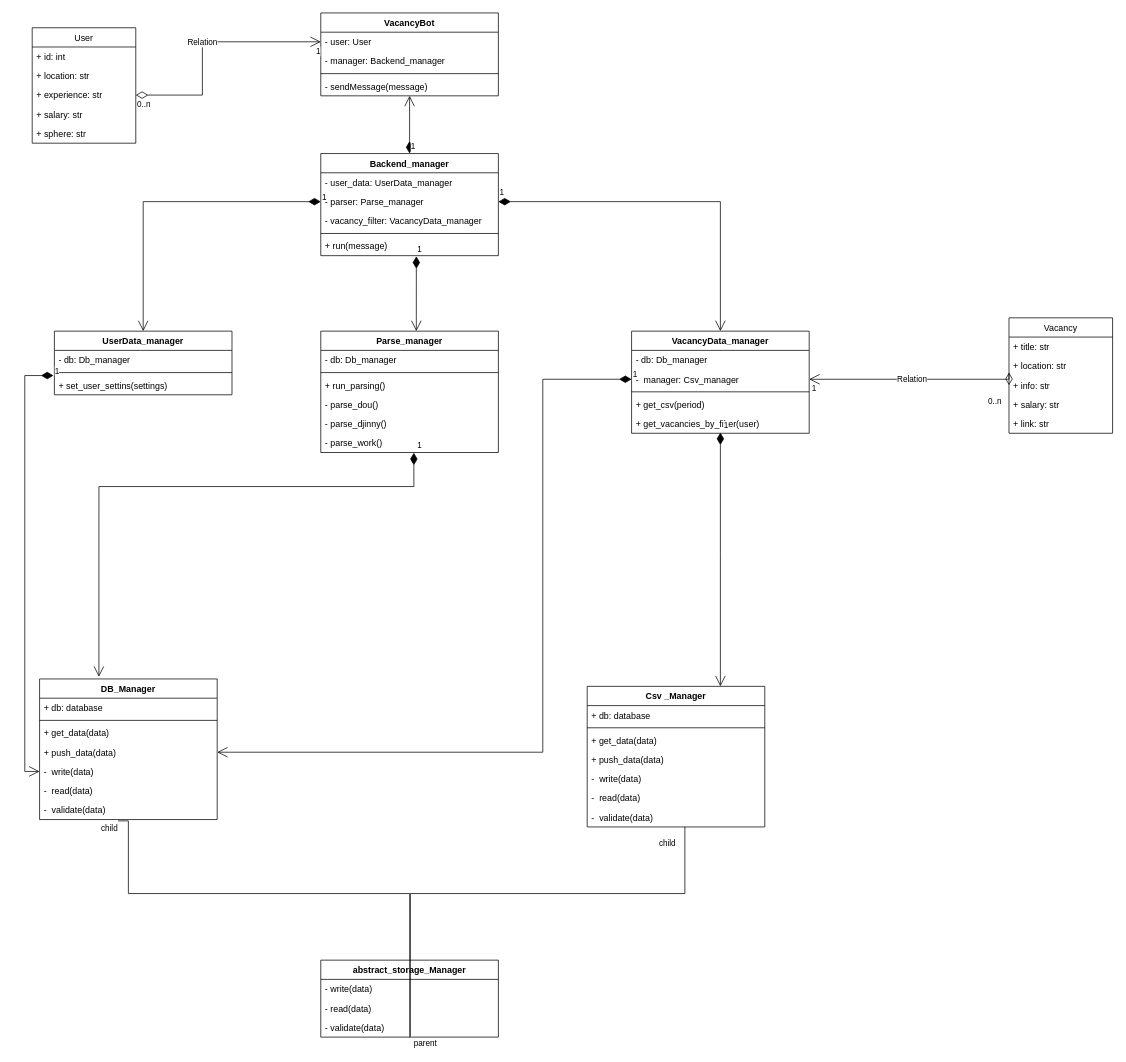
Before: docs/UML_diagram.drawio in MischaelT/vacancyBot, a draw.io diagram. Source tidied: cells renumbered, new cells numbered last; positions are measured from the earlier drawing's top-left corner, leaving out a move shared by most shapes. Both pictures are drawn from the tidied source at 74%, with x=0, y=0 at pixel (24, 13).
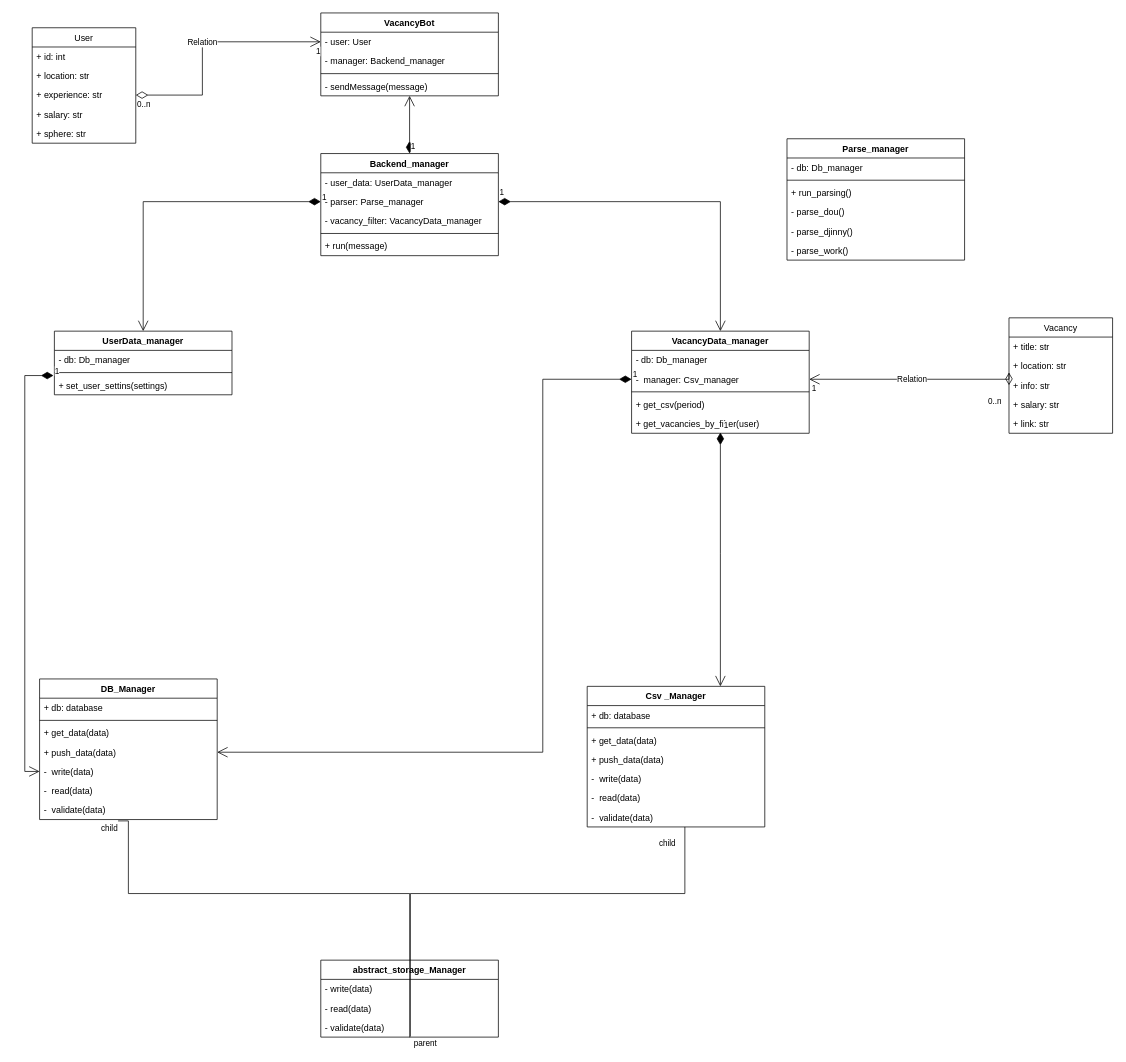
After the change.

The change refers to these unchanged cells:
```xml
<mxCell id="24" value="+ run(message)" style="text;strokeColor=none;fillColor=none;align=left;verticalAlign=top;spacingLeft=4;spacingRight=4;overflow=hidden;points=[[0,0.5],[1,0.5]];portConstraint=eastwest;" parent="19" vertex="1">
  <mxGeometry y="112" width="240" height="26" as="geometry" />
</mxCell>
<mxCell id="35" value="- parse_work()" style="text;strokeColor=none;fillColor=none;align=left;verticalAlign=top;spacingLeft=4;spacingRight=4;overflow=hidden;points=[[0,0.5],[1,0.5]];portConstraint=eastwest;" parent="29" vertex="1">
  <mxGeometry y="138" width="240" height="26" as="geometry" />
</mxCell>
<mxCell id="46" value="DB_Manager" style="swimlane;fontStyle=1;align=center;verticalAlign=top;horizontal=1;startSize=26;" parent="1" vertex="1">
  <mxGeometry x="20" y="900" width="240" height="190" as="geometry" />
</mxCell>
```

Diff of the diagram source:
```diff
@@
     <mxCell id="29" value="Parse_manager" style="swimlane;fontStyle=1;align=center;verticalAlign=top;horizontal=1;startSize=26;" parent="1" vertex="1">
-      <mxGeometry x="400" y="430" width="240" height="164" as="geometry" />
+      <mxGeometry x="1030" y="170" width="240" height="164" as="geometry" />
     </mxCell>
@@
-    <mxCell id="67" value="1" style="endArrow=open;html=1;endSize=12;startArrow=diamondThin;startSize=14;startFill=1;edgeStyle=orthogonalEdgeStyle;align=left;verticalAlign=bottom;rounded=0;exitX=0.538;exitY=1.031;exitDx=0;exitDy=0;exitPerimeter=0;" parent="1" edge="1" source="24" target="29">
-      <mxGeometry x="-1" relative="1" as="geometry">
-        <Array as="points">
-          <mxPoint x="529" y="410" />
-          <mxPoint x="529" y="410" />
-        </Array>
-      </mxGeometry>
-    </mxCell>
@@
-    <mxCell id="79" value="1" style="endArrow=open;html=1;endSize=12;startArrow=diamondThin;startSize=14;startFill=1;edgeStyle=orthogonalEdgeStyle;align=left;verticalAlign=bottom;rounded=0;exitX=0.524;exitY=1.011;exitDx=0;exitDy=0;exitPerimeter=0;entryX=0.334;entryY=-0.015;entryDx=0;entryDy=0;entryPerimeter=0;" parent="1" edge="1" source="35" target="46">
-      <mxGeometry x="-1" y="3" relative="1" as="geometry">
-        <Array as="points">
-          <mxPoint x="526" y="640" />
-          <mxPoint x="100" y="640" />
-        </Array>
-      </mxGeometry>
-    </mxCell>
```
